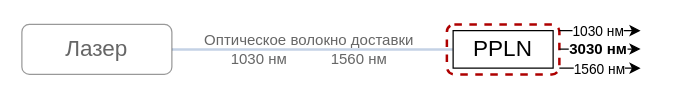
The draw.io diagram Presentation/images/problem_ppln.drawio in 3dsoundfromtagan/Russian-Phd-LaTeX-Dissertation-Template, before the edit. Source tidied: cells renumbered, new cells numbered last; positions are measured from the earlier drawing's top-left corner, leaving out a move shared by most shapes. Both pictures are drawn from the tidied source at 125%, with x=0, y=0 at pixel (21, 24).
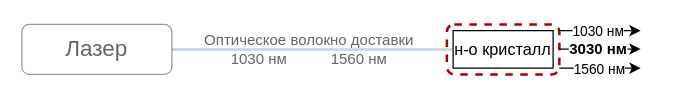
Above is the later version.

What changed in the source:
```diff
@@
 <mxGraphModel>
   <root>
     <mxCell id="0" />
     <mxCell id="1" parent="0" />
     <mxCell id="2" style="edgeStyle=orthogonalEdgeStyle;rounded=0;jettySize=auto;html=1;exitX=1;exitY=0.5;exitDx=0;exitDy=0;entryX=0;entryY=0.5;entryDx=0;entryDy=0;fillColor=#dae8fc;strokeColor=#6c8ebf;endArrow=none;endFill=0;strokeWidth=2;opacity=40;" parent="1" edge="1" source="3" target="6">
       <mxGeometry relative="1" as="geometry" />
     </mxCell>
     <mxCell id="3" value="&lt;font style=&quot;font-size: 18px; color: rgb(102, 102, 102);&quot;&gt;Лазер&lt;/font&gt;" style="rounded=1;whiteSpace=wrap;html=1;opacity=40;" parent="1" vertex="1">
       <mxGeometry width="120" height="40" as="geometry" />
     </mxCell>
     <mxCell id="4" value="&lt;font style=&quot;color: rgb(102, 102, 102);&quot;&gt;Оптическое волокно доставки&lt;/font&gt;&lt;div&gt;&lt;font style=&quot;color: rgb(102, 102, 102);&quot;&gt;1030 нм&lt;span style=&quot;white-space: pre;&quot;&gt;&#9;&lt;/span&gt;&lt;span style=&quot;white-space: pre;&quot;&gt;&#9;&lt;/span&gt;1560 нм&lt;/font&gt;&lt;/div&gt;" style="whiteSpace=wrap;html=1;rounded=1;dashed=1;fillColor=none;strokeColor=none;strokeWidth=2;opacity=40;" parent="1" vertex="1">
       <mxGeometry x="120" width="220" height="40" as="geometry" />
     </mxCell>
     <mxCell id="5" style="whiteSpace=wrap;html=1;rounded=1;dashed=1;fillColor=none;strokeColor=#AE0000;strokeWidth=2;" parent="1" vertex="1">
       <mxGeometry x="340" width="90" height="40" as="geometry" />
     </mxCell>
-    <mxCell id="6" value="&lt;font style=&quot;font-size: 18px;&quot;&gt;PPLN&lt;/font&gt;" style="rounded=0;whiteSpace=wrap;html=1;" parent="1" vertex="1">
+    <mxCell id="6" value="&lt;font style=&quot;font-size: 13px;&quot;&gt;н-о кристалл&lt;/font&gt;" style="rounded=0;whiteSpace=wrap;html=1;" parent="1" vertex="1">
       <mxGeometry x="345" y="5" width="80" height="30" as="geometry" />
     </mxCell>
     <mxCell id="7" style="endArrow=classic;html=1;rounded=0;" parent="1" edge="1">
       <mxGeometry relative="1" as="geometry">
         <mxPoint x="430" y="5" as="sourcePoint" />
         <mxPoint x="495" y="5" as="targetPoint" />
       </mxGeometry>
     </mxCell>
     <mxCell id="8" value="1030 нм" style="edgeLabel;html=1;align=center;verticalAlign=middle;" parent="7" vertex="1">
       <mxGeometry x="0.1" y="2" relative="1" as="geometry">
         <mxPoint x="-6" y="2" as="offset" />
       </mxGeometry>
     </mxCell>
     <mxCell id="9" style="endArrow=classic;html=1;rounded=0;" parent="1" edge="1">
       <mxGeometry relative="1" as="geometry">
         <mxPoint x="430" y="19.7" as="sourcePoint" />
         <mxPoint x="495" y="19.7" as="targetPoint" />
       </mxGeometry>
     </mxCell>
     <mxCell id="10" value="&lt;b&gt;&lt;font style=&quot;font-size: 12px;&quot;&gt;3030 нм&lt;/font&gt;&lt;/b&gt;" style="edgeLabel;html=1;align=center;verticalAlign=middle;" parent="9" vertex="1">
       <mxGeometry x="0.1" y="2" relative="1" as="geometry">
         <mxPoint x="-6" y="2" as="offset" />
       </mxGeometry>
     </mxCell>
     <mxCell id="11" style="endArrow=classic;html=1;rounded=0;" parent="1" edge="1">
       <mxGeometry relative="1" as="geometry">
         <mxPoint x="430" y="35" as="sourcePoint" />
         <mxPoint x="495" y="35" as="targetPoint" />
       </mxGeometry>
     </mxCell>
     <mxCell id="12" value="1560 нм" style="edgeLabel;html=1;align=center;verticalAlign=middle;" parent="11" vertex="1">
       <mxGeometry x="0.31" y="-1" relative="1" as="geometry">
         <mxPoint x="-12" y="-1" as="offset" />
       </mxGeometry>
     </mxCell>
   </root>
 </mxGraphModel>
```
